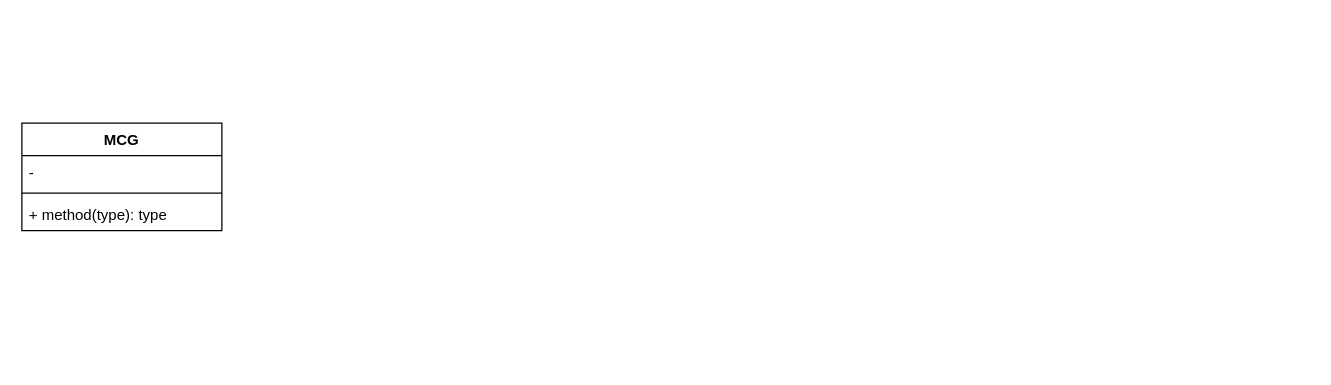
This is src/mcg.drawio from cirosanchez/MCG, a draw.io file, before an edit. Source tidied: cells renumbered, new cells numbered last; positions are measured from the earlier drawing's top-left corner, leaving out a move shared by most shapes. Both pictures are drawn from the tidied source at 125%, with x=0, y=0 at pixel (21, 122).
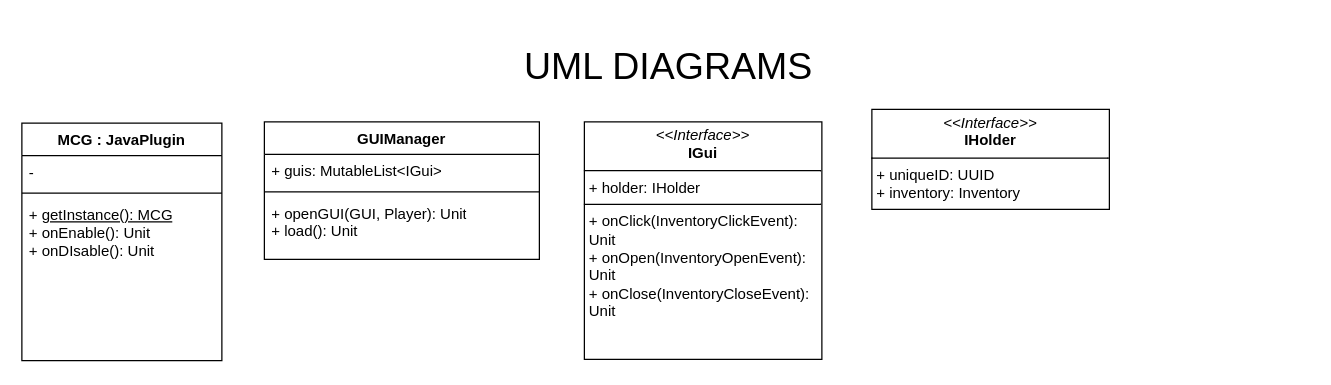
After the change.

Commit message:
added uml for MCG, GUIManager, IGui and IHolder

The edit, as a diff of the source:
```diff
@@
 <mxGraphModel>
   <root>
     <mxCell id="0" />
     <mxCell id="1" parent="0" />
-    <mxCell id="2" value="MCG" style="swimlane;fontStyle=1;align=center;verticalAlign=top;horizontal=1;startSize=26;whiteSpace=wrap;html=1;" parent="1" vertex="1">
-      <mxGeometry width="160" height="86" as="geometry" />
+    <mxCell id="2" value="MCG : JavaPlugin&lt;div&gt;&lt;br&gt;&lt;/div&gt;" style="swimlane;fontStyle=1;align=center;verticalAlign=top;horizontal=1;startSize=26;whiteSpace=wrap;html=1;" parent="1" vertex="1">
+      <mxGeometry width="160" height="190" as="geometry" />
     </mxCell>
     <mxCell id="3" value="-&amp;nbsp;" style="text;strokeColor=none;fillColor=none;align=left;verticalAlign=top;spacingLeft=4;spacingRight=4;overflow=hidden;whiteSpace=wrap;html=1;" parent="2" vertex="1">
       <mxGeometry y="26" width="160" height="26" as="geometry" />
     </mxCell>
     <mxCell id="4" style="line;strokeWidth=1;fillColor=none;align=left;verticalAlign=middle;spacingTop=-1;spacingLeft=3;spacingRight=3;labelPosition=right;strokeColor=inherit;" parent="2" vertex="1">
       <mxGeometry y="52" width="160" height="8" as="geometry" />
     </mxCell>
-    <mxCell id="5" value="+ method(type): type" style="text;strokeColor=none;fillColor=none;align=left;verticalAlign=top;spacingLeft=4;spacingRight=4;overflow=hidden;whiteSpace=wrap;html=1;" parent="2" vertex="1">
-      <mxGeometry y="60" width="160" height="26" as="geometry" />
+    <mxCell id="5" value="+ &lt;u&gt;getInstance(): MCG&lt;/u&gt;&lt;div&gt;+ onEnable(): Unit&lt;/div&gt;&lt;div&gt;+ onDIsable(): Unit&lt;/div&gt;&lt;div&gt;&lt;br&gt;&lt;/div&gt;" style="text;strokeColor=none;fillColor=none;align=left;verticalAlign=top;spacingLeft=4;spacingRight=4;overflow=hidden;whiteSpace=wrap;html=1;" parent="2" vertex="1">
+      <mxGeometry y="60" width="160" height="130" as="geometry" />
     </mxCell>
+    <mxCell id="6" value="UML DIAGRAMS" style="text;html=1;align=center;verticalAlign=middle;whiteSpace=wrap;rounded=0;fontSize=30;" parent="1" vertex="1">
+      <mxGeometry x="5" y="-81" width="1025" height="70" as="geometry" />
+    </mxCell>
+    <mxCell id="7" value="GUIManager" style="swimlane;fontStyle=1;align=center;verticalAlign=top;horizontal=1;startSize=26;whiteSpace=wrap;html=1;" parent="1" vertex="1">
+      <mxGeometry x="194" y="-1" width="220" height="110" as="geometry" />
+    </mxCell>
+    <mxCell id="8" value="&lt;div&gt;&lt;span style=&quot;background-color: initial;&quot;&gt;+ guis: MutableList&amp;lt;IGui&amp;gt;&lt;/span&gt;&lt;br&gt;&lt;/div&gt;" style="text;strokeColor=none;fillColor=none;align=left;verticalAlign=top;spacingLeft=4;spacingRight=4;overflow=hidden;whiteSpace=wrap;html=1;" parent="7" vertex="1">
+      <mxGeometry y="26" width="220" height="26" as="geometry" />
+    </mxCell>
+    <mxCell id="9" style="line;strokeWidth=1;fillColor=none;align=left;verticalAlign=middle;spacingTop=-1;spacingLeft=3;spacingRight=3;labelPosition=right;strokeColor=inherit;" parent="7" vertex="1">
+      <mxGeometry y="52" width="220" height="8" as="geometry" />
+    </mxCell>
+    <mxCell id="10" value="+ openGUI(GUI, Player): Unit&lt;div&gt;+ load(): Unit&lt;/div&gt;" style="text;strokeColor=none;fillColor=none;align=left;verticalAlign=top;spacingLeft=4;spacingRight=4;overflow=hidden;whiteSpace=wrap;html=1;" parent="7" vertex="1">
+      <mxGeometry y="60" width="220" height="50" as="geometry" />
+    </mxCell>
+    <mxCell id="11" value="&lt;p style=&quot;margin:0px;margin-top:4px;text-align:center;&quot;&gt;&lt;i&gt;&amp;lt;&amp;lt;Interface&amp;gt;&amp;gt;&lt;/i&gt;&lt;br&gt;&lt;b&gt;IGui&lt;/b&gt;&lt;/p&gt;&lt;hr size=&quot;1&quot; style=&quot;border-style:solid;&quot;&gt;&lt;p style=&quot;margin:0px;margin-left:4px;&quot;&gt;+ holder: IHolder&lt;br&gt;&lt;/p&gt;&lt;hr size=&quot;1&quot; style=&quot;border-style:solid;&quot;&gt;&lt;p style=&quot;margin:0px;margin-left:4px;&quot;&gt;+ onClick(InventoryClickEvent): Unit&lt;/p&gt;&lt;p style=&quot;margin:0px;margin-left:4px;&quot;&gt;+ onOpen(InventoryOpenEvent): Unit&lt;/p&gt;&lt;p style=&quot;margin:0px;margin-left:4px;&quot;&gt;+ onClose(InventoryCloseEvent): Unit&lt;/p&gt;" style="verticalAlign=top;align=left;overflow=fill;html=1;whiteSpace=wrap;" parent="1" vertex="1">
+      <mxGeometry x="450" y="-1" width="190" height="190" as="geometry" />
+    </mxCell>
+    <mxCell id="12" value="&lt;p style=&quot;margin:0px;margin-top:4px;text-align:center;&quot;&gt;&lt;i&gt;&amp;lt;&amp;lt;Interface&amp;gt;&amp;gt;&lt;/i&gt;&lt;br&gt;&lt;b&gt;IHolder&lt;/b&gt;&lt;/p&gt;&lt;hr size=&quot;1&quot; style=&quot;border-style:solid;&quot;&gt;&lt;p style=&quot;margin:0px;margin-left:4px;&quot;&gt;+ uniqueID: UUID&lt;br&gt;+ inventory: Inventory&lt;/p&gt;&lt;p style=&quot;margin:0px;margin-left:4px;&quot;&gt;&lt;br&gt;&lt;/p&gt;" style="verticalAlign=top;align=left;overflow=fill;html=1;whiteSpace=wrap;" parent="1" vertex="1">
+      <mxGeometry x="680" y="-11" width="190" height="80" as="geometry" />
+    </mxCell>
   </root>
 </mxGraphModel>
```
